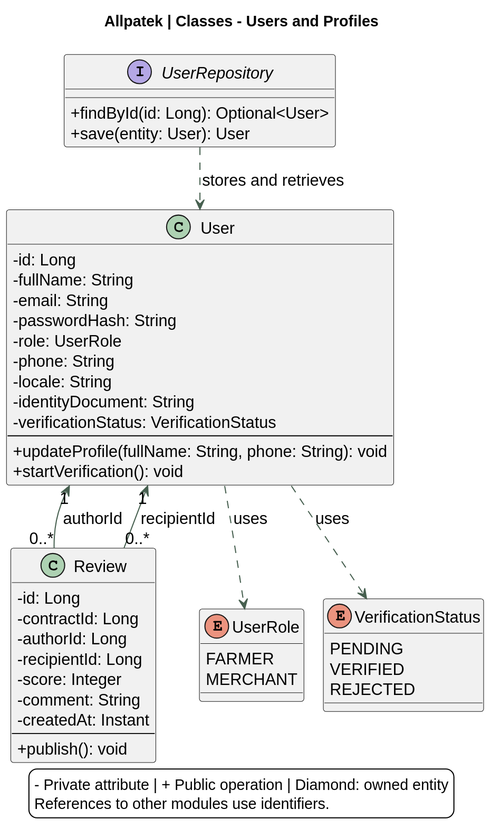
Earlier version of the PlantUML export assets/chapter-04/architecture/08-classes-users.svg (upc-pre-202620-1asi0729-7753-Terranova/allpatek-report).
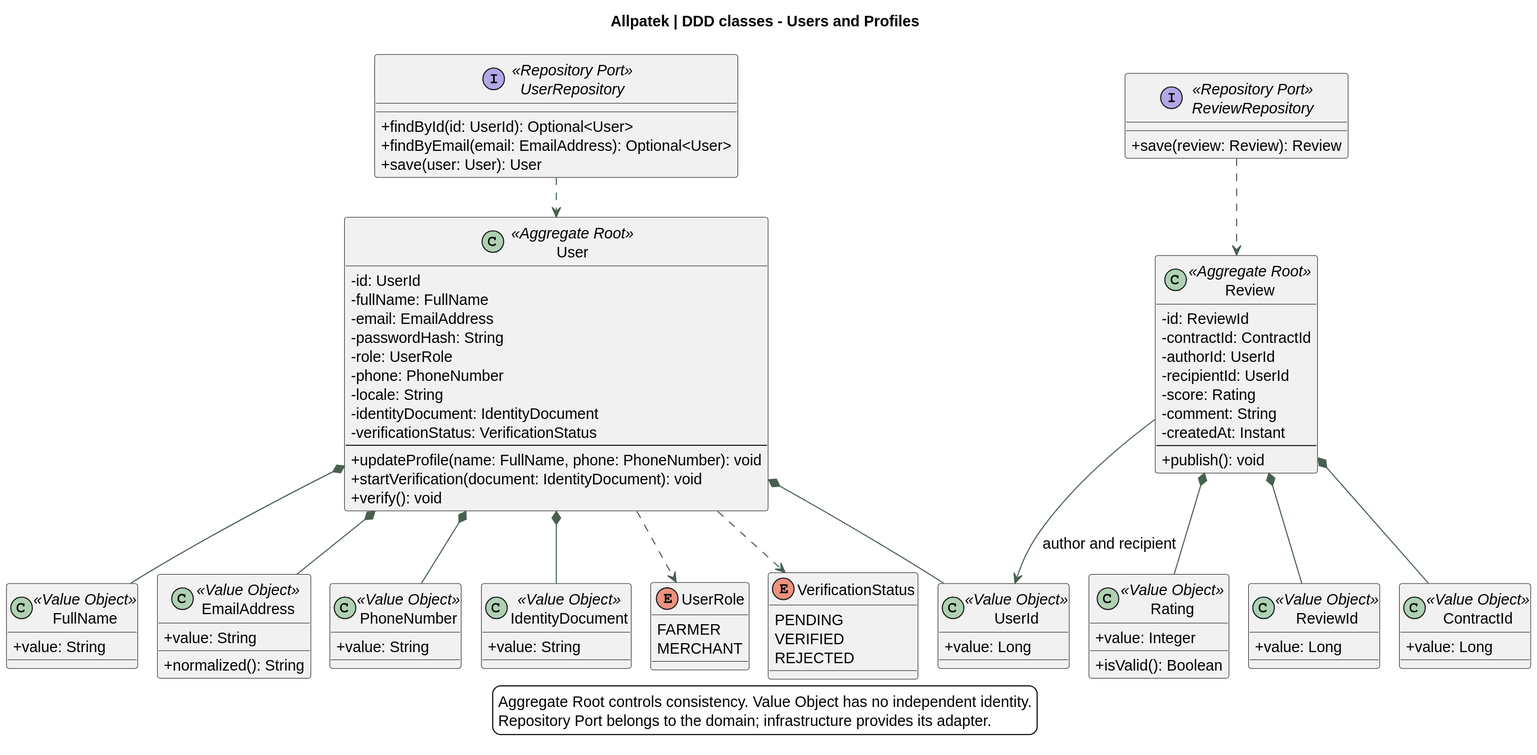
After the change.

Diff of the diagram source:
```diff
@@ -2,58 +2,104 @@
 !pragma layout smetana
 skinparam backgroundColor white
 skinparam defaultFontName SansSerif
-skinparam defaultFontSize 15
+skinparam defaultFontSize 14
 skinparam shadowing false
 skinparam classAttributeIconSize 0
 skinparam ArrowColor #476050
 skinparam dpi 140
-title Allpatek | Classes - Users and Profiles
+title Allpatek | DDD classes - Users and Profiles
 top to bottom direction
-class User {
- -id: Long
- -fullName: String
- -email: String
+
+class User <<Aggregate Root>> {
+ -id: UserId
+ -fullName: FullName
+ -email: EmailAddress
  -passwordHash: String
  -role: UserRole
- -phone: String
+ -phone: PhoneNumber
  -locale: String
- -identityDocument: String
+ -identityDocument: IdentityDocument
  -verificationStatus: VerificationStatus
  --
-+updateProfile(fullName: String, phone: String): void
-+startVerification(): void
+ +updateProfile(name: FullName, phone: PhoneNumber): void
+ +startVerification(document: IdentityDocument): void
+ +verify(): void
 }
-class Review {
- -id: Long
- -contractId: Long
- -authorId: Long
- -recipientId: Long
- -score: Integer
+
+class Review <<Aggregate Root>> {
+ -id: ReviewId
+ -contractId: ContractId
+ -authorId: UserId
+ -recipientId: UserId
+ -score: Rating
  -comment: String
  -createdAt: Instant
  --
-+publish(): void
+ +publish(): void
 }
+
+class UserId <<Value Object>> {
+ +value: Long
+}
+class ReviewId <<Value Object>> {
+ +value: Long
+}
+class ContractId <<Value Object>> {
+ +value: Long
+}
+class FullName <<Value Object>> {
+ +value: String
+}
+class EmailAddress <<Value Object>> {
+ +value: String
+ +normalized(): String
+}
+class PhoneNumber <<Value Object>> {
+ +value: String
+}
+class IdentityDocument <<Value Object>> {
+ +value: String
+}
+class Rating <<Value Object>> {
+ +value: Integer
+ +isValid(): Boolean
+}
+
 enum UserRole {
-FARMER
-MERCHANT
+ FARMER
+ MERCHANT
 }
 enum VerificationStatus {
-PENDING
-VERIFIED
-REJECTED
+ PENDING
+ VERIFIED
+ REJECTED
 }
-User ..> UserRole : uses
-User ..> VerificationStatus : uses
-interface UserRepository {
- +findById(id: Long): Optional<User>
- +save(entity: User): User
+
+interface UserRepository <<Repository Port>> {
+ +findById(id: UserId): Optional<User>
+ +findByEmail(email: EmailAddress): Optional<User>
+ +save(user: User): User
 }
-UserRepository ..> User : stores and retrieves
-User "1" <-- "0..*" Review : authorId
-User "1" <-- "0..*" Review : recipientId
+interface ReviewRepository <<Repository Port>> {
+ +save(review: Review): Review
+}
+
+User *-- UserId
+User *-- FullName
+User *-- EmailAddress
+User *-- PhoneNumber
+User *-- IdentityDocument
+User ..> UserRole
+User ..> VerificationStatus
+Review *-- ReviewId
+Review *-- ContractId
+Review *-- Rating
+Review --> UserId : author and recipient
+UserRepository ..> User
+ReviewRepository ..> Review
+
 legend bottom
-- Private attribute | + Public operation | Diamond: owned entity
-References to other modules use identifiers.
+Aggregate Root controls consistency. Value Object has no independent identity.
+Repository Port belongs to the domain; infrastructure provides its adapter.
 endlegend
 @enduml
```
